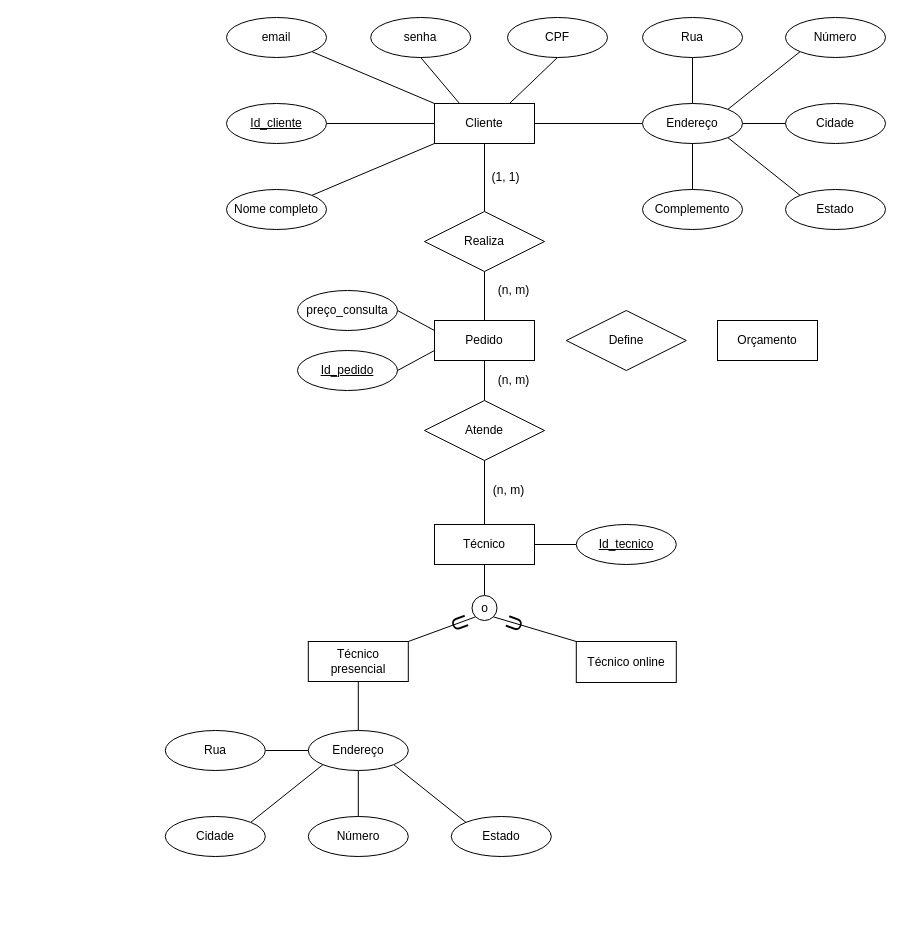
This is page "Diagrama ER" (2 of 4) of Project diagrams and requirements/Tech assistance.drawio from felipepmoreno/Tech-assistanceSoftware, a draw.io file, before an edit. Source tidied: cells renumbered, new cells numbered last; positions are measured from the earlier drawing's top-left corner, leaving out a move shared by most shapes. Both pictures are drawn from the tidied source at 100%, with x=0, y=0 at pixel (165, 17).
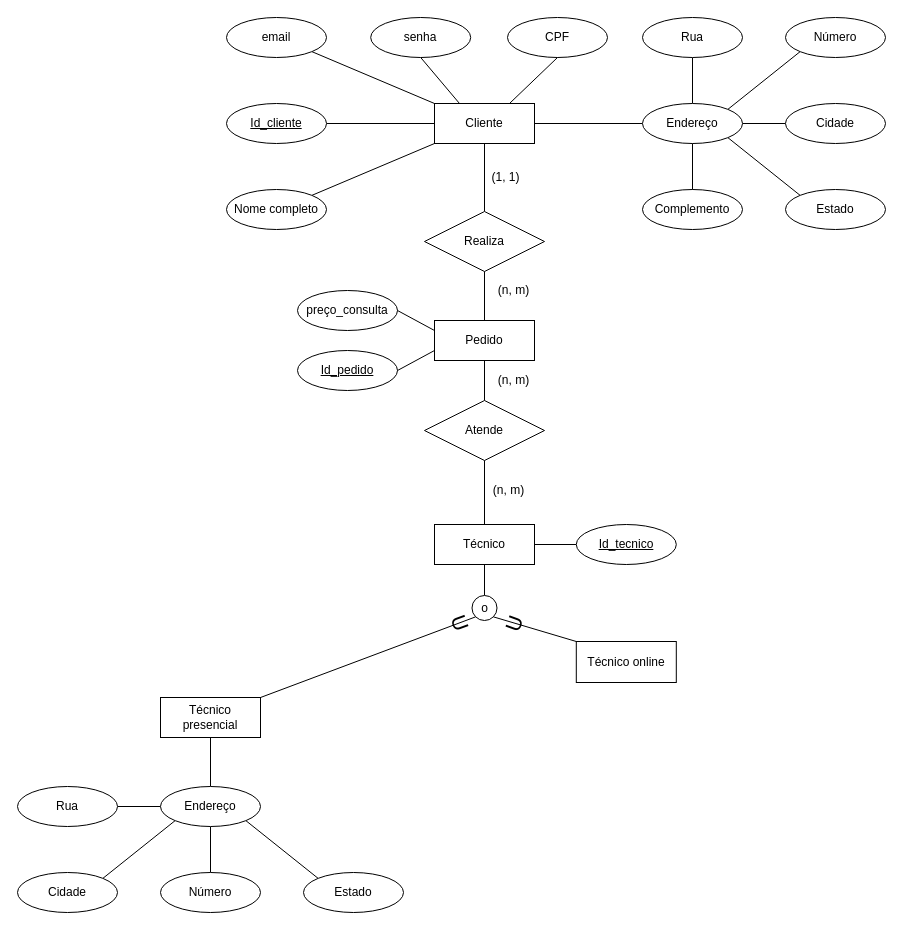
The same diagram, later.

Commit message:
te odeio felipe

Change to the diagram source:
```diff
@@
     <mxCell id="21" value="Técnico presencial" style="whiteSpace=wrap;html=1;align=center;" parent="1" vertex="1">
-      <mxGeometry x="142.8" y="624" width="100" height="40" as="geometry" />
+      <mxGeometry x="-5" y="680" width="100" height="40" as="geometry" />
     </mxCell>
@@
     <mxCell id="41" value="Endereço" style="ellipse;whiteSpace=wrap;html=1;align=center;" parent="1" vertex="1">
-      <mxGeometry x="142.8" y="713" width="100" height="40" as="geometry" />
+      <mxGeometry x="-5" y="769" width="100" height="40" as="geometry" />
     </mxCell>
     <mxCell id="42" value="Rua" style="ellipse;whiteSpace=wrap;html=1;align=center;" parent="1" vertex="1">
-      <mxGeometry x="-0.2" y="713" width="100" height="40" as="geometry" />
+      <mxGeometry x="-148" y="769" width="100" height="40" as="geometry" />
     </mxCell>
     <mxCell id="43" value="Número" style="ellipse;whiteSpace=wrap;html=1;align=center;" parent="1" vertex="1">
-      <mxGeometry x="142.8" y="799" width="100" height="40" as="geometry" />
+      <mxGeometry x="-5" y="855" width="100" height="40" as="geometry" />
     </mxCell>
     <mxCell id="44" value="Cidade" style="ellipse;whiteSpace=wrap;html=1;align=center;" parent="1" vertex="1">
-      <mxGeometry x="-0.2" y="799" width="100" height="40" as="geometry" />
+      <mxGeometry x="-148" y="855" width="100" height="40" as="geometry" />
     </mxCell>
     <mxCell id="45" value="Estado" style="ellipse;whiteSpace=wrap;html=1;align=center;" parent="1" vertex="1">
-      <mxGeometry x="285.8" y="799" width="100" height="40" as="geometry" />
+      <mxGeometry x="138" y="855" width="100" height="40" as="geometry" />
     </mxCell>
@@
-    <mxCell id="61" value="Define" style="shape=rhombus;perimeter=rhombusPerimeter;whiteSpace=wrap;html=1;align=center;" parent="1" vertex="1">
-      <mxGeometry x="400.8" y="293" width="120" height="60" as="geometry" />
-    </mxCell>
-    <mxCell id="62" value="Orçamento" style="whiteSpace=wrap;html=1;align=center;" parent="1" vertex="1">
-      <mxGeometry x="552" y="303" width="100" height="40" as="geometry" />
-    </mxCell>
```
